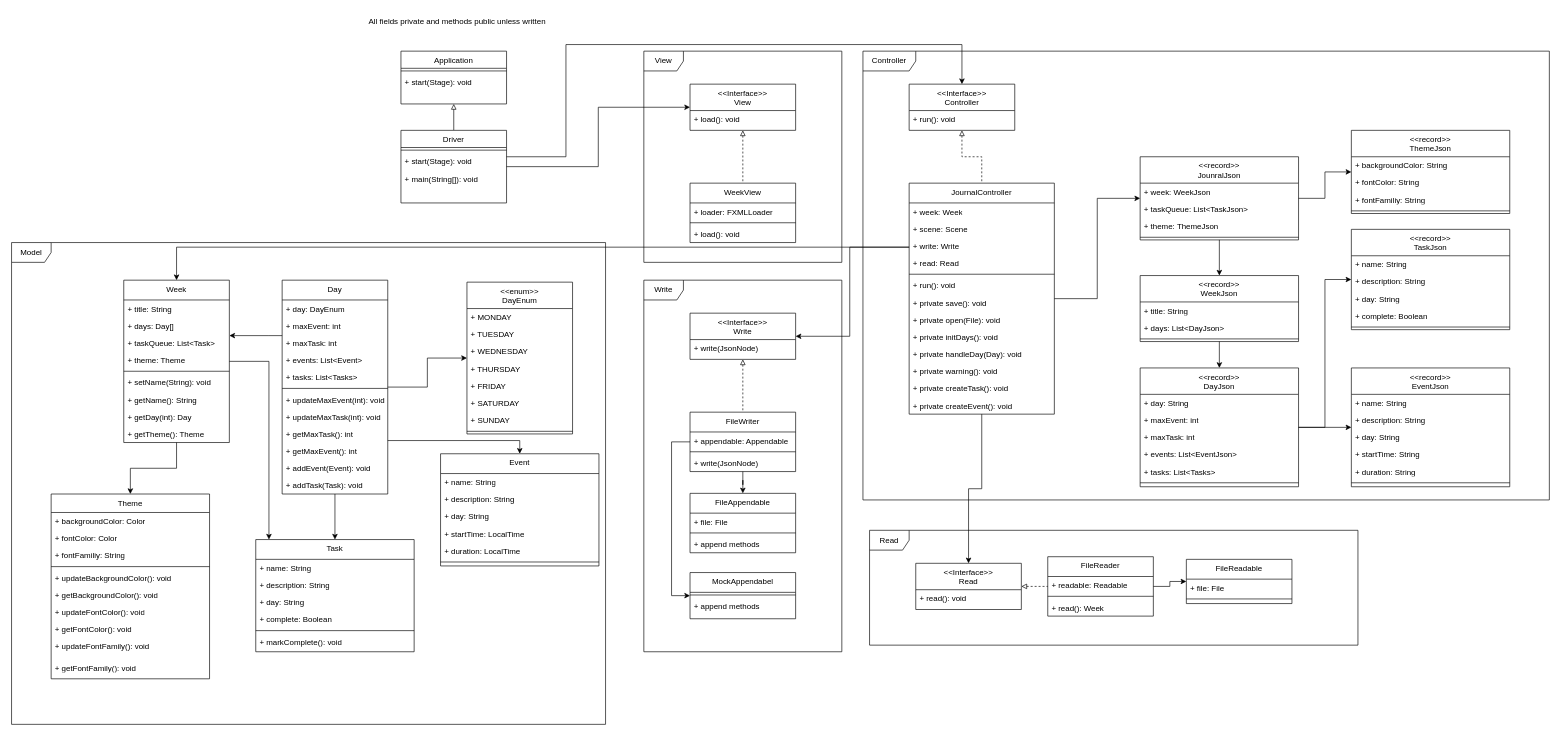
Above: journal.drawio in akuatbekov23/BulletJournalApp (draw.io), before the change. Source tidied: cells renumbered, new cells numbered last; positions are measured from the earlier drawing's top-left corner, leaving out a move shared by most shapes. Both pictures are drawn from the tidied source at 66%, with x=0, y=0 at pixel (11, 11).
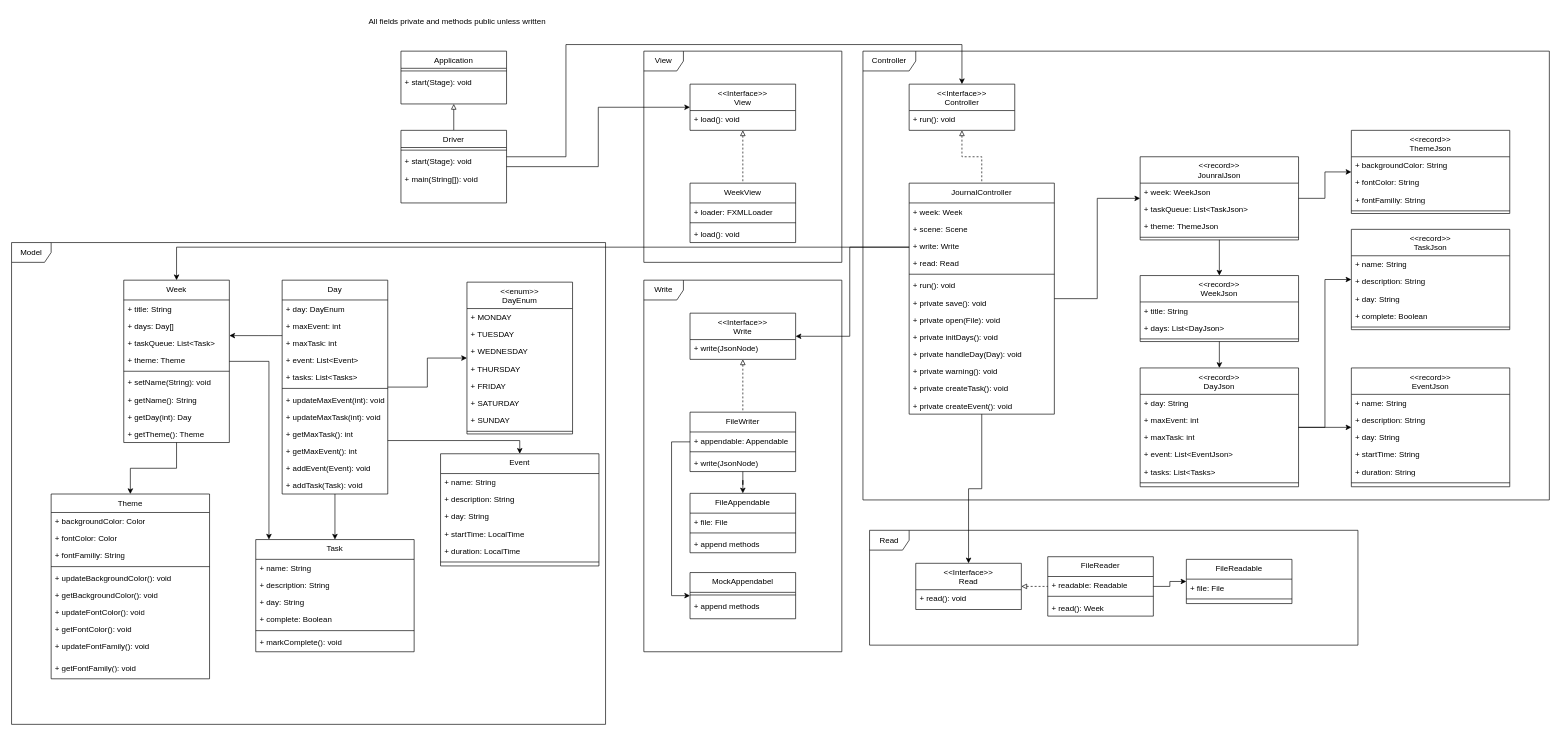
The same diagram, later.

The change refers to these unchanged cells:
```xml
<mxCell id="49" value="Day" style="swimlane;fontStyle=0;align=center;verticalAlign=top;horizontal=1;startSize=30;rounded=0;shadow=0;strokeWidth=1;" parent="1" vertex="1">
  <mxGeometry x="410" y="407" width="160" height="324" as="geometry" />
</mxCell>
<mxCell id="97" value="&lt;&lt;record&gt;&gt;&#10;DayJson" style="swimlane;fontStyle=0;align=center;verticalAlign=top;horizontal=1;startSize=40;rounded=0;shadow=0;strokeWidth=1;" parent="1" vertex="1">
  <mxGeometry x="1710" y="540" width="240" height="180" as="geometry" />
</mxCell>
```

The edit, as a diff of the source:
```diff
@@
-    <mxCell id="53" value="+ events: List&lt;Event&gt;" style="text;align=left;verticalAlign=top;spacingLeft=4;spacingRight=4;overflow=hidden;" parent="49" vertex="1">
+    <mxCell id="53" value="+ event: List&lt;Event&gt;" style="text;align=left;verticalAlign=top;spacingLeft=4;spacingRight=4;overflow=hidden;" parent="49" vertex="1">
       <mxGeometry y="108" width="160" height="26" as="geometry" />
     </mxCell>
@@
-    <mxCell id="101" value="+ events: List&amp;lt;EventJson&amp;gt;" style="text;strokeColor=none;fillColor=none;align=left;verticalAlign=top;spacingLeft=4;spacingRight=4;overflow=hidden;whiteSpace=wrap;html=1;" parent="97" vertex="1">
+    <mxCell id="101" value="+ event: List&amp;lt;EventJson&amp;gt;" style="text;strokeColor=none;fillColor=none;align=left;verticalAlign=top;spacingLeft=4;spacingRight=4;overflow=hidden;whiteSpace=wrap;html=1;" parent="97" vertex="1">
       <mxGeometry y="118" width="240" height="26" as="geometry" />
     </mxCell>
```
